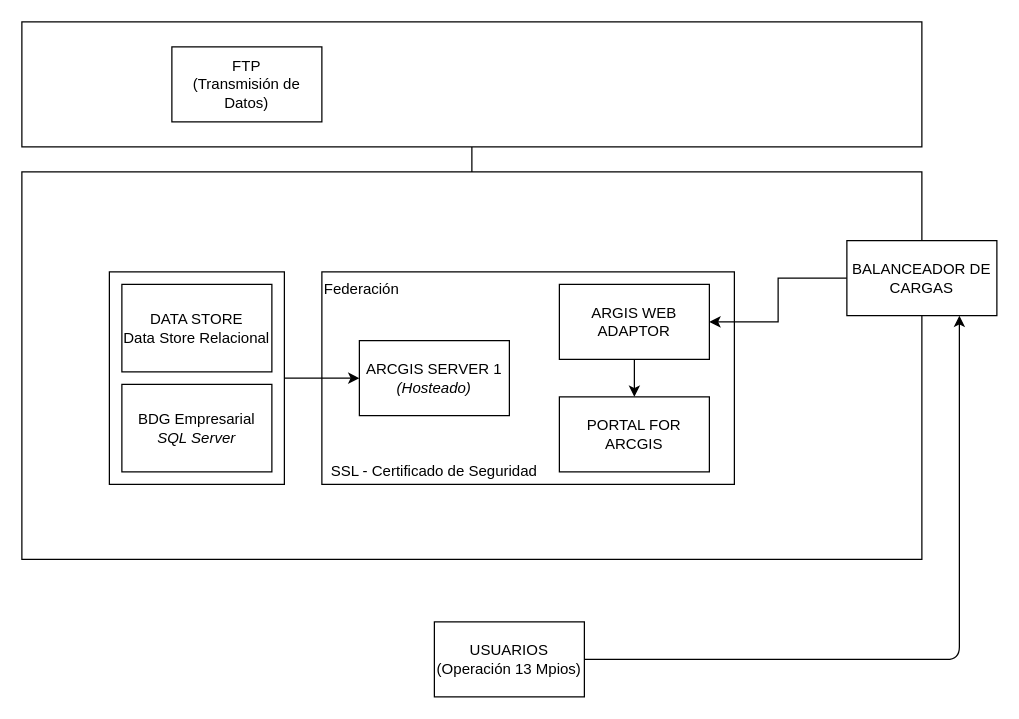
This is InfraestructuraSIG.drawio from rjsaby/FlujoProcesos, a draw.io file, before an edit. Source tidied: cells renumbered, new cells numbered last; positions are measured from the earlier drawing's top-left corner, leaving out a move shared by most shapes. Both pictures are drawn from the tidied source at 125%, with x=0, y=0 at pixel (21, 21).
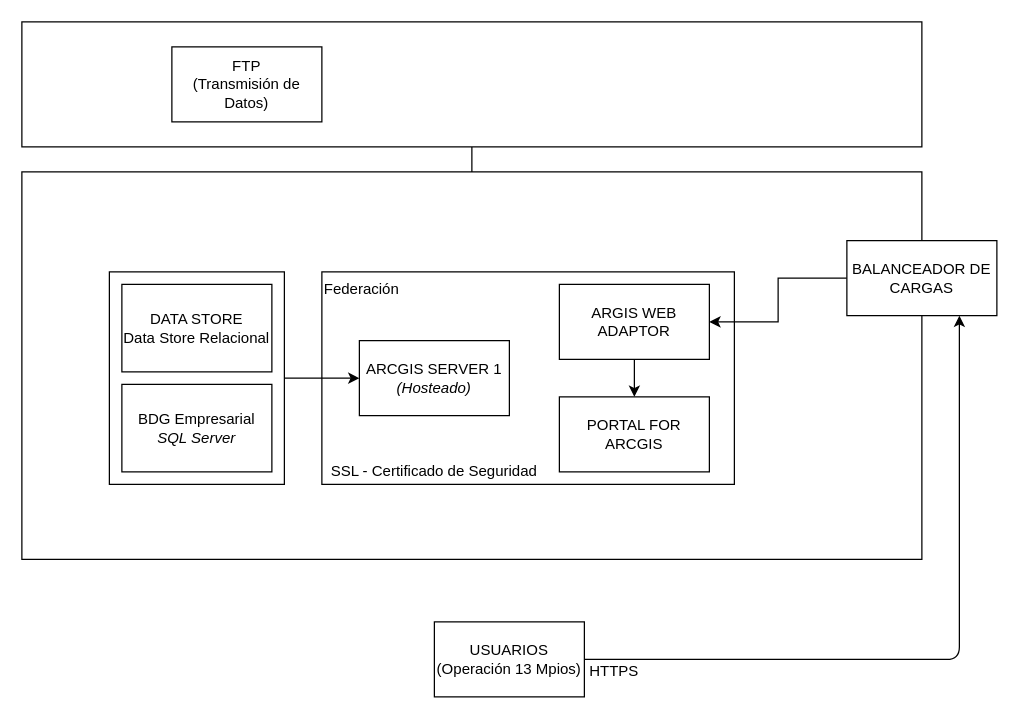
Above is the later version.

The edit, as a diff of the source:
```diff
@@
+    <mxCell id="21" value="HTTPS" style="text;html=1;strokeColor=none;fillColor=none;align=center;verticalAlign=middle;whiteSpace=wrap;rounded=0;" parent="1" vertex="1">
+      <mxGeometry x="454" y="510" width="40" height="20" as="geometry" />
+    </mxCell>
```
